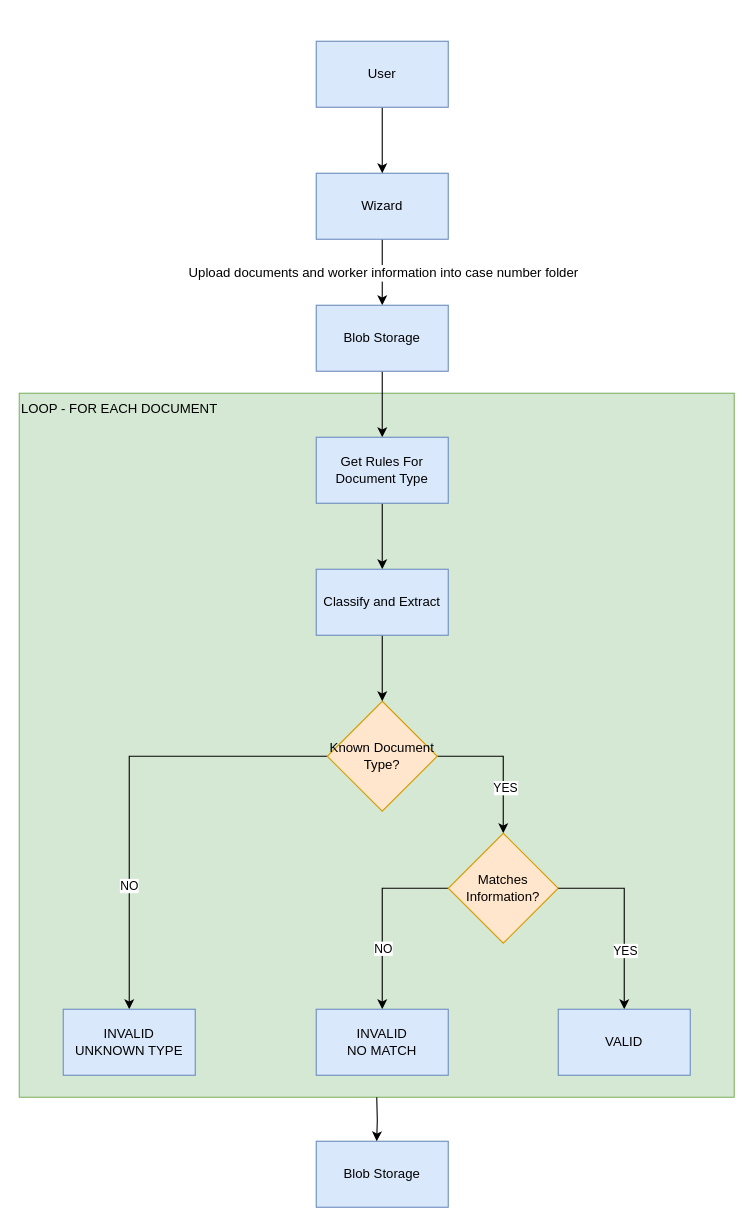
user11081980/temp keeps this draw.io diagram as page "Wave 9 and 10. Flow Diagram" (13 of 14) of AI.drawio. Above is the earlier version. Source tidied: cells renumbered, new cells numbered last; positions are measured from the earlier drawing's top-left corner, leaving out a move shared by most shapes. Both pictures are drawn from the tidied source at 110%, with x=0, y=0 at pixel (19, 41).
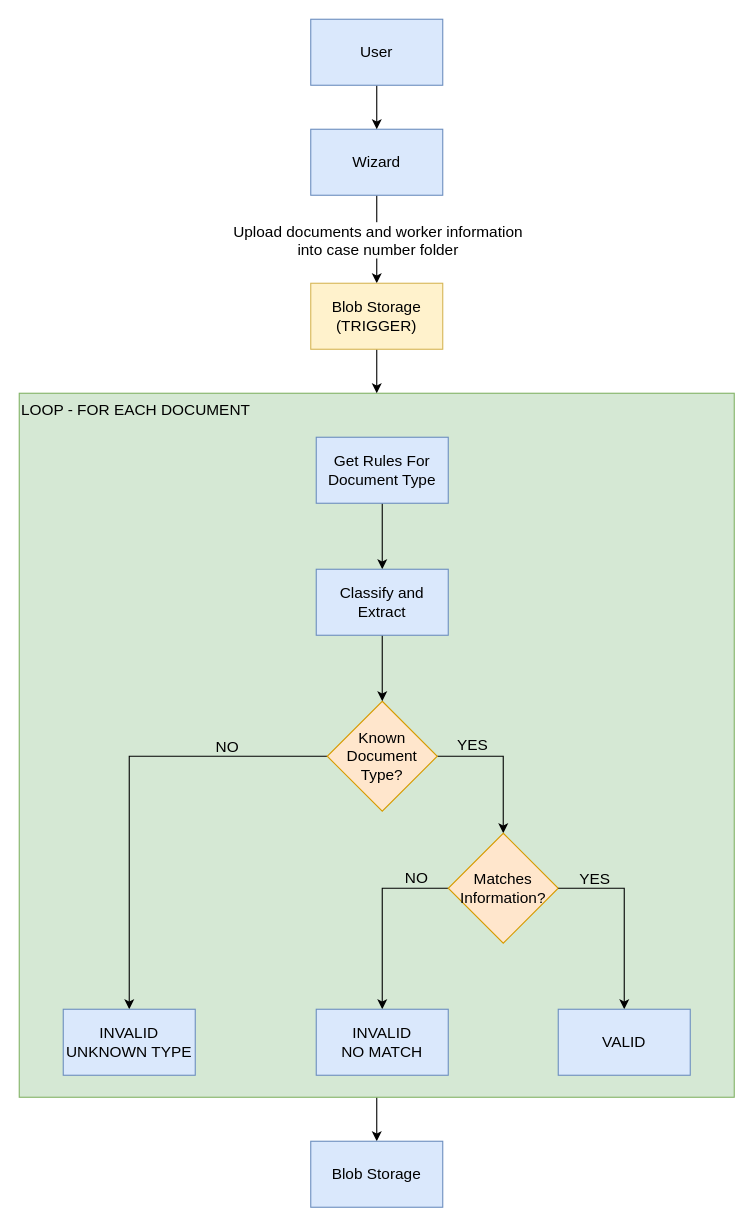
After the change.

Diff of the diagram source:
```diff
@@
+    <mxCell id="29" style="edgeStyle=orthogonalEdgeStyle;rounded=0;jettySize=auto;html=1;entryX=0.5;entryY=0;entryDx=0;entryDy=0;fontFamily=Calibri;fontSize=14;" parent="1" edge="1" source="2" target="25">
+      <mxGeometry relative="1" as="geometry" />
+    </mxCell>
-    <mxCell id="2" value="LOOP - FOR EACH DOCUMENT" style="rounded=0;whiteSpace=wrap;html=1;fillColor=#d5e8d4;verticalAlign=top;align=left;strokeColor=#82b366;" parent="1" vertex="1">
+    <mxCell id="2" value="LOOP - FOR EACH DOCUMENT" style="rounded=0;whiteSpace=wrap;html=1;fillColor=#d5e8d4;verticalAlign=top;align=left;strokeColor=#82b366;fontFamily=Calibri;fontSize=14;" parent="1" vertex="1">
       <mxGeometry y="320" width="650" height="640" as="geometry" />
     </mxCell>
-    <mxCell id="3" style="edgeStyle=orthogonalEdgeStyle;rounded=0;jettySize=auto;html=1;exitX=0.5;exitY=1;exitDx=0;exitDy=0;entryX=0.5;entryY=0;entryDx=0;entryDy=0;" parent="1" edge="1" source="5" target="7">
+    <mxCell id="3" style="edgeStyle=orthogonalEdgeStyle;rounded=0;jettySize=auto;html=1;exitX=0.5;exitY=1;exitDx=0;exitDy=0;entryX=0.5;entryY=0;entryDx=0;entryDy=0;fontFamily=Calibri;fontSize=14;" parent="1" edge="1" source="5" target="7">
       <mxGeometry relative="1" as="geometry" />
     </mxCell>
-    <mxCell id="4" value="&lt;font style=&quot;font-size: 12px;&quot;&gt;Upload documents and worker information into case number folder&lt;/font&gt;" style="edgeLabel;html=1;align=center;verticalAlign=middle;labelPosition=center;verticalLabelPosition=middle;" parent="3" vertex="1">
+    <mxCell id="4" value="&lt;font&gt;Upload documents and worker information&lt;/font&gt;&lt;div&gt;&lt;font&gt;into case number folder&lt;/font&gt;&lt;/div&gt;" style="edgeLabel;html=1;align=center;verticalAlign=middle;labelPosition=center;verticalLabelPosition=middle;fontFamily=Calibri;fontSize=14;" parent="3" vertex="1">
       <mxGeometry relative="1" as="geometry" />
     </mxCell>
-    <mxCell id="5" value="Wizard" style="rounded=0;whiteSpace=wrap;html=1;fillColor=#dae8fc;strokeColor=#6c8ebf;" parent="1" vertex="1">
-      <mxGeometry x="270" y="120" width="120" height="60" as="geometry" />
+    <mxCell id="5" value="Wizard" style="rounded=0;whiteSpace=wrap;html=1;fillColor=#dae8fc;strokeColor=#6c8ebf;fontFamily=Calibri;fontSize=14;" parent="1" vertex="1">
+      <mxGeometry x="265" y="80" width="120" height="60" as="geometry" />
     </mxCell>
-    <mxCell id="6" style="edgeStyle=orthogonalEdgeStyle;rounded=0;jettySize=auto;html=1;entryX=0.5;entryY=0;entryDx=0;entryDy=0;" parent="1" edge="1" source="7">
-      <mxGeometry relative="1" as="geometry">
-        <mxPoint x="330" y="360" as="targetPoint" />
-      </mxGeometry>
-    </mxCell>
+    <mxCell id="30" style="edgeStyle=orthogonalEdgeStyle;rounded=0;jettySize=auto;html=1;entryX=0.5;entryY=0;entryDx=0;entryDy=0;fontFamily=Calibri;fontSize=14;" parent="1" edge="1" source="7" target="2">
+      <mxGeometry relative="1" as="geometry" />
+    </mxCell>
-    <mxCell id="7" value="Blob Storage" style="rounded=0;whiteSpace=wrap;html=1;fillColor=#dae8fc;strokeColor=#6c8ebf;" parent="1" vertex="1">
-      <mxGeometry x="270" y="240" width="120" height="60" as="geometry" />
+    <mxCell id="7" value="Blob Storage&lt;br&gt;(TRIGGER)" style="rounded=0;whiteSpace=wrap;html=1;fillColor=#fff2cc;strokeColor=#d6b656;fontFamily=Calibri;fontSize=14;" parent="1" vertex="1">
+      <mxGeometry x="265" y="220" width="120" height="60" as="geometry" />
     </mxCell>
-    <mxCell id="8" style="edgeStyle=orthogonalEdgeStyle;rounded=0;jettySize=auto;html=1;entryX=0.5;entryY=0;entryDx=0;entryDy=0;" parent="1" edge="1" source="9" target="19">
+    <mxCell id="8" style="edgeStyle=orthogonalEdgeStyle;rounded=0;jettySize=auto;html=1;entryX=0.5;entryY=0;entryDx=0;entryDy=0;fontFamily=Calibri;fontSize=14;" parent="1" edge="1" source="9" target="19">
       <mxGeometry relative="1" as="geometry" />
     </mxCell>
-    <mxCell id="9" value="Get Rules F&lt;span style=&quot;background-color: transparent; color: light-dark(rgb(0, 0, 0), rgb(255, 255, 255));&quot;&gt;or Document Type&lt;/span&gt;" style="rounded=0;whiteSpace=wrap;html=1;fillColor=#dae8fc;strokeColor=#6c8ebf;" parent="1" vertex="1">
+    <mxCell id="9" value="Get Rules F&lt;span style=&quot;background-color: transparent; color: light-dark(rgb(0, 0, 0), rgb(255, 255, 255));&quot;&gt;or Document Type&lt;/span&gt;" style="rounded=0;whiteSpace=wrap;html=1;fillColor=#dae8fc;strokeColor=#6c8ebf;fontFamily=Calibri;fontSize=14;" parent="1" vertex="1">
       <mxGeometry x="270" y="360" width="120" height="60" as="geometry" />
     </mxCell>
-    <mxCell id="10" style="edgeStyle=orthogonalEdgeStyle;rounded=0;jettySize=auto;html=1;entryX=0.5;entryY=0;entryDx=0;entryDy=0;" parent="1" edge="1" source="14" target="20">
+    <mxCell id="10" style="edgeStyle=orthogonalEdgeStyle;rounded=0;jettySize=auto;html=1;entryX=0.5;entryY=0;entryDx=0;entryDy=0;fontFamily=Calibri;fontSize=14;" parent="1" edge="1" source="14" target="20">
       <mxGeometry relative="1" as="geometry" />
     </mxCell>
-    <mxCell id="11" value="NO" style="edgeLabel;html=1;align=center;verticalAlign=middle;" parent="10" vertex="1">
-      <mxGeometry x="0.45" y="-1" relative="1" as="geometry" />
-    </mxCell>
+    <mxCell id="31" value="NO" style="edgeLabel;html=1;align=center;verticalAlign=bottom;labelBackgroundColor=none;fontSize=14;fontFamily=Calibri;" parent="10" vertex="1">
+      <mxGeometry x="-0.55" y="2" relative="1" as="geometry" />
+    </mxCell>
-    <mxCell id="12" style="edgeStyle=orthogonalEdgeStyle;rounded=0;jettySize=auto;html=1;" parent="1" edge="1" source="14" target="17">
+    <mxCell id="12" style="edgeStyle=orthogonalEdgeStyle;rounded=0;jettySize=auto;html=1;fontFamily=Calibri;fontSize=14;" parent="1" edge="1" source="14" target="17">
       <mxGeometry relative="1" as="geometry" />
     </mxCell>
-    <mxCell id="13" value="YES" style="edgeLabel;html=1;align=center;verticalAlign=middle;" parent="12" vertex="1">
-      <mxGeometry x="0.35" y="1" relative="1" as="geometry" />
-    </mxCell>
+    <mxCell id="32" value="YES" style="edgeLabel;html=1;align=center;verticalAlign=bottom;labelBackgroundColor=none;fontSize=14;fontFamily=Calibri;" parent="12" vertex="1">
+      <mxGeometry x="-0.52" relative="1" as="geometry" />
+    </mxCell>
-    <mxCell id="14" value="Known Document Type?" style="rhombus;whiteSpace=wrap;html=1;fillColor=#ffe6cc;strokeColor=#d79b00;" parent="1" vertex="1">
+    <mxCell id="14" value="Known Document Type?" style="rhombus;whiteSpace=wrap;html=1;fillColor=#ffe6cc;strokeColor=#d79b00;fontFamily=Calibri;fontSize=14;" parent="1" vertex="1">
       <mxGeometry x="280" y="600" width="100" height="100" as="geometry" />
     </mxCell>
-    <mxCell id="15" style="edgeStyle=orthogonalEdgeStyle;rounded=0;jettySize=auto;html=1;exitX=0;exitY=0.5;exitDx=0;exitDy=0;" parent="1" edge="1" source="17" target="21">
+    <mxCell id="15" style="edgeStyle=orthogonalEdgeStyle;rounded=0;jettySize=auto;html=1;exitX=0;exitY=0.5;exitDx=0;exitDy=0;fontFamily=Calibri;fontSize=14;" parent="1" edge="1" source="17" target="21">
       <mxGeometry relative="1" as="geometry" />
     </mxCell>
-    <mxCell id="16" value="NO" style="edgeLabel;html=1;align=center;verticalAlign=middle;" parent="15" vertex="1">
-      <mxGeometry x="0.34" relative="1" as="geometry" />
-    </mxCell>
+    <mxCell id="33" value="NO" style="edgeLabel;html=1;align=center;verticalAlign=bottom;labelBackgroundColor=none;fontSize=14;fontFamily=Calibri;" parent="15" vertex="1">
+      <mxGeometry x="-0.65" y="1" relative="1" as="geometry" />
+    </mxCell>
-    <mxCell id="17" value="Matches Information?" style="rhombus;whiteSpace=wrap;html=1;fillColor=#ffe6cc;strokeColor=#d79b00;" parent="1" vertex="1">
+    <mxCell id="17" value="Matches Information?" style="rhombus;whiteSpace=wrap;html=1;fillColor=#ffe6cc;strokeColor=#d79b00;fontFamily=Calibri;fontSize=14;" parent="1" vertex="1">
       <mxGeometry x="390" y="720" width="100" height="100" as="geometry" />
     </mxCell>
-    <mxCell id="18" style="edgeStyle=orthogonalEdgeStyle;rounded=0;jettySize=auto;html=1;entryX=0.5;entryY=0;entryDx=0;entryDy=0;" parent="1" edge="1" source="19" target="14">
+    <mxCell id="18" style="edgeStyle=orthogonalEdgeStyle;rounded=0;jettySize=auto;html=1;entryX=0.5;entryY=0;entryDx=0;entryDy=0;fontFamily=Calibri;fontSize=14;" parent="1" edge="1" source="19" target="14">
       <mxGeometry relative="1" as="geometry" />
     </mxCell>
-    <mxCell id="19" value="Classify and Extract" style="rounded=0;whiteSpace=wrap;html=1;fillColor=#dae8fc;strokeColor=#6c8ebf;" parent="1" vertex="1">
+    <mxCell id="19" value="Classify and Extract" style="rounded=0;whiteSpace=wrap;html=1;fillColor=#dae8fc;strokeColor=#6c8ebf;fontFamily=Calibri;fontSize=14;" parent="1" vertex="1">
       <mxGeometry x="270" y="480" width="120" height="60" as="geometry" />
     </mxCell>
-    <mxCell id="20" value="INVALID&lt;br&gt;UNKNOWN TYPE" style="rounded=0;whiteSpace=wrap;html=1;fillColor=#dae8fc;strokeColor=#6c8ebf;" parent="1" vertex="1">
+    <mxCell id="20" value="INVALID&lt;br&gt;UNKNOWN TYPE" style="rounded=0;whiteSpace=wrap;html=1;fillColor=#dae8fc;strokeColor=#6c8ebf;fontFamily=Calibri;fontSize=14;" parent="1" vertex="1">
       <mxGeometry x="40" y="880" width="120" height="60" as="geometry" />
     </mxCell>
-    <mxCell id="21" value="INVALID&lt;br&gt;NO MATCH" style="rounded=0;whiteSpace=wrap;html=1;fillColor=#dae8fc;strokeColor=#6c8ebf;" parent="1" vertex="1">
+    <mxCell id="21" value="INVALID&lt;br&gt;NO MATCH" style="rounded=0;whiteSpace=wrap;html=1;fillColor=#dae8fc;strokeColor=#6c8ebf;fontFamily=Calibri;fontSize=14;" parent="1" vertex="1">
       <mxGeometry x="270" y="880" width="120" height="60" as="geometry" />
     </mxCell>
-    <mxCell id="22" style="edgeStyle=orthogonalEdgeStyle;rounded=0;jettySize=auto;html=1;exitX=1;exitY=0.5;exitDx=0;exitDy=0;" parent="1" edge="1" source="17" target="24">
+    <mxCell id="22" style="edgeStyle=orthogonalEdgeStyle;rounded=0;jettySize=auto;html=1;exitX=1;exitY=0.5;exitDx=0;exitDy=0;fontFamily=Calibri;fontSize=14;" parent="1" edge="1" source="17" target="24">
       <mxGeometry relative="1" as="geometry" />
     </mxCell>
-    <mxCell id="23" value="YES" style="edgeLabel;html=1;align=center;verticalAlign=middle;" parent="22" vertex="1">
-      <mxGeometry x="0.36" relative="1" as="geometry" />
-    </mxCell>
+    <mxCell id="34" value="YES" style="edgeLabel;html=1;align=center;verticalAlign=bottom;labelBackgroundColor=none;fontSize=14;fontFamily=Calibri;" parent="22" vertex="1">
+      <mxGeometry x="-0.62" y="-2" relative="1" as="geometry" />
+    </mxCell>
-    <mxCell id="24" value="VALID" style="rounded=0;whiteSpace=wrap;html=1;fillColor=#dae8fc;strokeColor=#6c8ebf;" parent="1" vertex="1">
+    <mxCell id="24" value="VALID" style="rounded=0;whiteSpace=wrap;html=1;fillColor=#dae8fc;strokeColor=#6c8ebf;fontFamily=Calibri;fontSize=14;" parent="1" vertex="1">
       <mxGeometry x="490" y="880" width="120" height="60" as="geometry" />
     </mxCell>
-    <mxCell id="25" value="Blob Storage" style="rounded=0;whiteSpace=wrap;html=1;fillColor=#dae8fc;strokeColor=#6c8ebf;" parent="1" vertex="1">
-      <mxGeometry x="270" y="1000" width="120" height="60" as="geometry" />
+    <mxCell id="25" value="Blob Storage" style="rounded=0;whiteSpace=wrap;html=1;fillColor=#dae8fc;strokeColor=#6c8ebf;fontFamily=Calibri;fontSize=14;" parent="1" vertex="1">
+      <mxGeometry x="265" y="1000" width="120" height="60" as="geometry" />
     </mxCell>
-    <mxCell id="26" style="edgeStyle=orthogonalEdgeStyle;rounded=0;jettySize=auto;html=1;entryX=0.458;entryY=0;entryDx=0;entryDy=0;entryPerimeter=0;" parent="1" edge="1" target="25">
-      <mxGeometry relative="1" as="geometry">
-        <mxPoint x="325" y="960" as="sourcePoint" />
-      </mxGeometry>
-    </mxCell>
-    <mxCell id="27" style="edgeStyle=orthogonalEdgeStyle;rounded=0;jettySize=auto;html=1;entryX=0.5;entryY=0;entryDx=0;entryDy=0;" parent="1" edge="1" source="28" target="5">
+    <mxCell id="27" style="edgeStyle=orthogonalEdgeStyle;rounded=0;jettySize=auto;html=1;entryX=0.5;entryY=0;entryDx=0;entryDy=0;fontFamily=Calibri;fontSize=14;" parent="1" edge="1" source="28" target="5">
       <mxGeometry relative="1" as="geometry" />
     </mxCell>
-    <mxCell id="28" value="User" style="rounded=0;whiteSpace=wrap;html=1;fillColor=#dae8fc;strokeColor=#6c8ebf;" parent="1" vertex="1">
-      <mxGeometry x="270" width="120" height="60" as="geometry" />
+    <mxCell id="28" value="User" style="rounded=0;whiteSpace=wrap;html=1;fillColor=#dae8fc;strokeColor=#6c8ebf;fontFamily=Calibri;fontSize=14;" parent="1" vertex="1">
+      <mxGeometry x="265" y="-20" width="120" height="60" as="geometry" />
     </mxCell>
```
